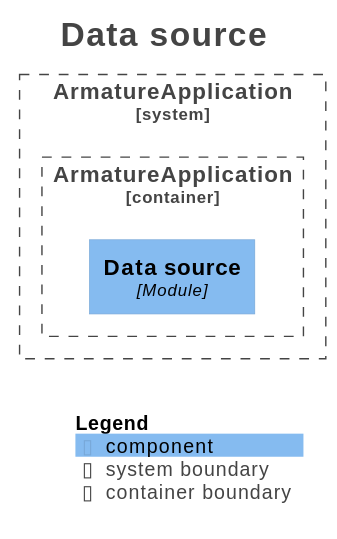
jayhamilton/armature keeps this PlantUML diagram as docs/architecture/modules/module-datasource.svg. Above is the earlier version.
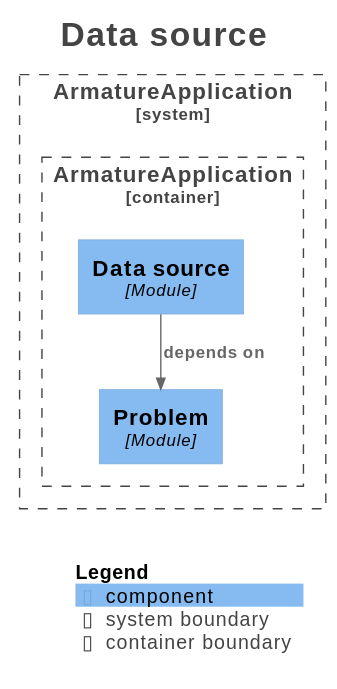
Above is the later version.

What changed in the source:
```diff
@@ -18,11 +18,14 @@
 
 System_Boundary("ArmatureApplication_boundary", "ArmatureApplication", $tags="") {
   Container_Boundary("ArmatureApplication.ArmatureApplication_boundary", "ArmatureApplication", $tags="") {
+    Component(ArmatureApplication.ArmatureApplication.Problem, "Problem", $techn="Module", $descr="", $tags="", $link="")
     Component(ArmatureApplication.ArmatureApplication.Datasource, "Data source", $techn="Module", $descr="", $tags="", $link="")
   }
 
 }
 
+Rel(ArmatureApplication.ArmatureApplication.Datasource, ArmatureApplication.ArmatureApplication.Problem, "depends on", $techn="", $tags="", $link="")
+
 SHOW_LEGEND(true)
 hide stereotypes
 @enduml
```
